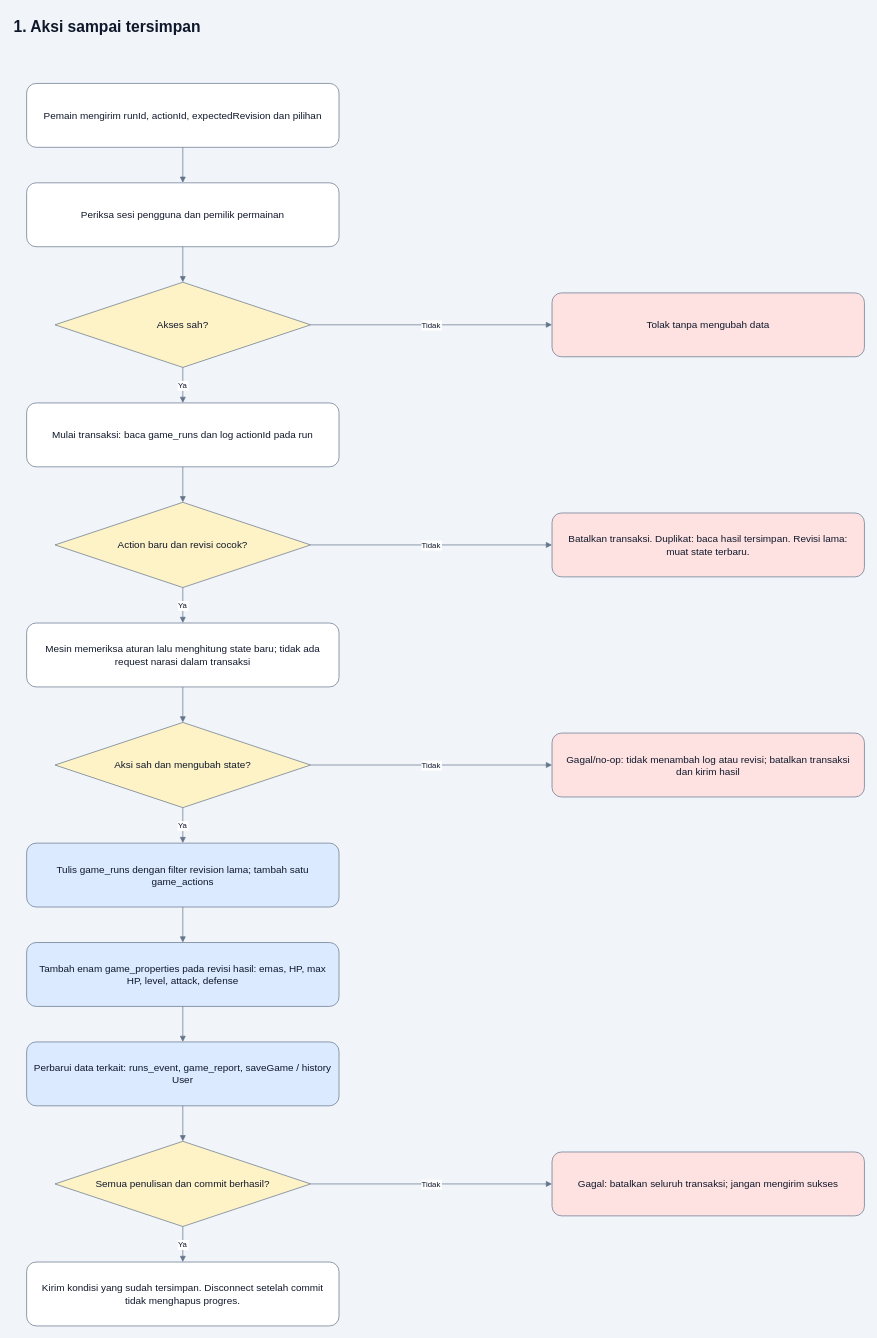
Three-Musketeers-Hacktiv/Final-Project keeps this draw.io diagram as page "1. Aksi sampai tersimpan" (1 of 6) of docs/database/database_flow.drawio. Above is the earlier version. Source tidied: cells renumbered, new cells numbered last; positions are measured from the earlier drawing's top-left corner, leaving out a move shared by most shapes. Both pictures are drawn from the tidied source at 71%, with x=0, y=0 at pixel (12, 12).
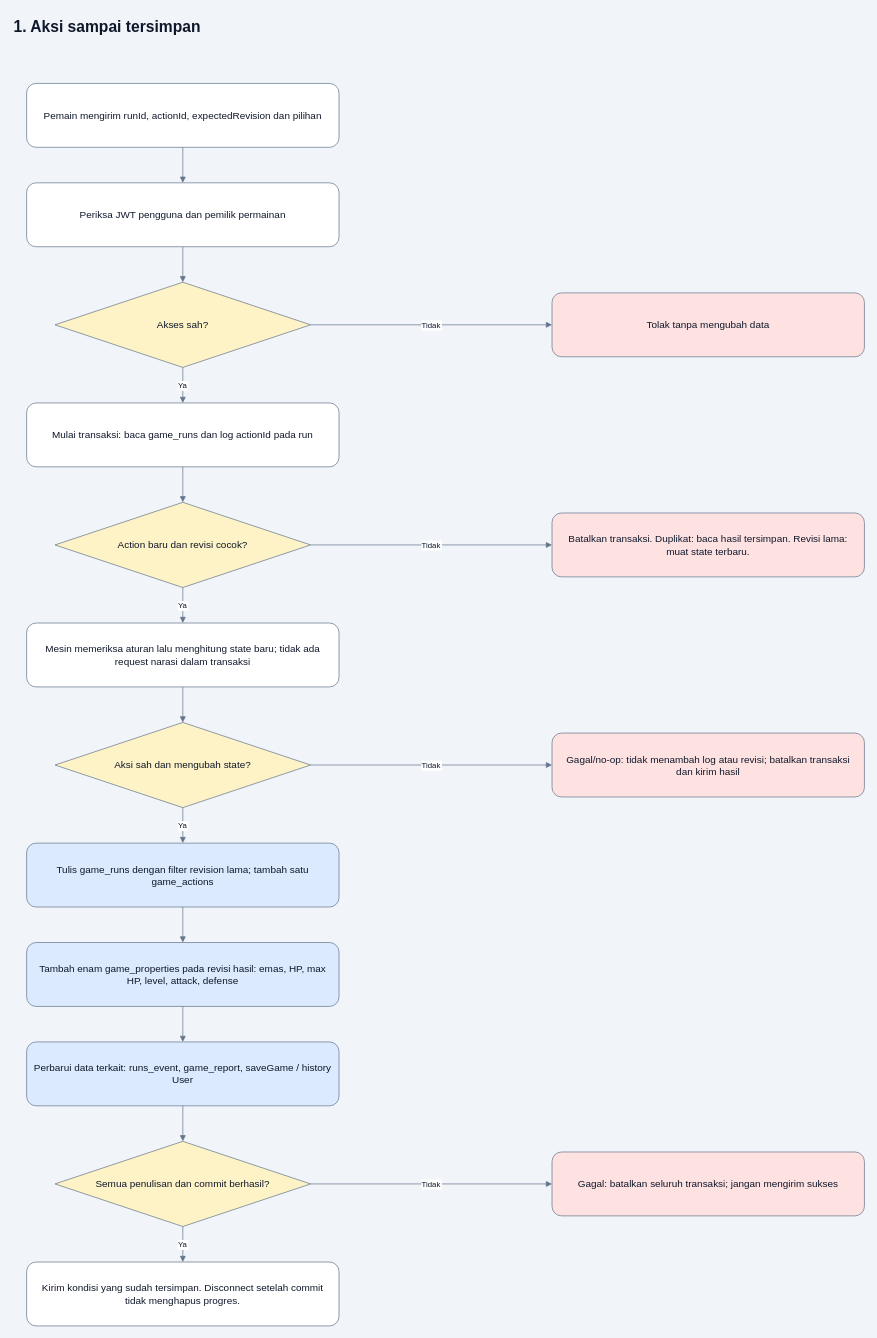
The same page after the edit.

Diff of the diagram source:
```diff
@@
-    <mxCell id="4" value="Periksa sesi pengguna dan pemilik permainan" style="rounded=1;whiteSpace=wrap;html=0;fillColor=#ffffff;strokeColor=#64748b;fontColor=#0f172a;fontSize=14;spacing=10;" parent="1" vertex="1">
+    <mxCell id="4" value="Periksa JWT pengguna dan pemilik permainan" style="rounded=1;whiteSpace=wrap;html=0;fillColor=#ffffff;strokeColor=#64748b;fontColor=#0f172a;fontSize=14;spacing=10;" parent="1" vertex="1">
       <mxGeometry x="20" y="240" width="440" height="90" as="geometry" />
     </mxCell>
```
